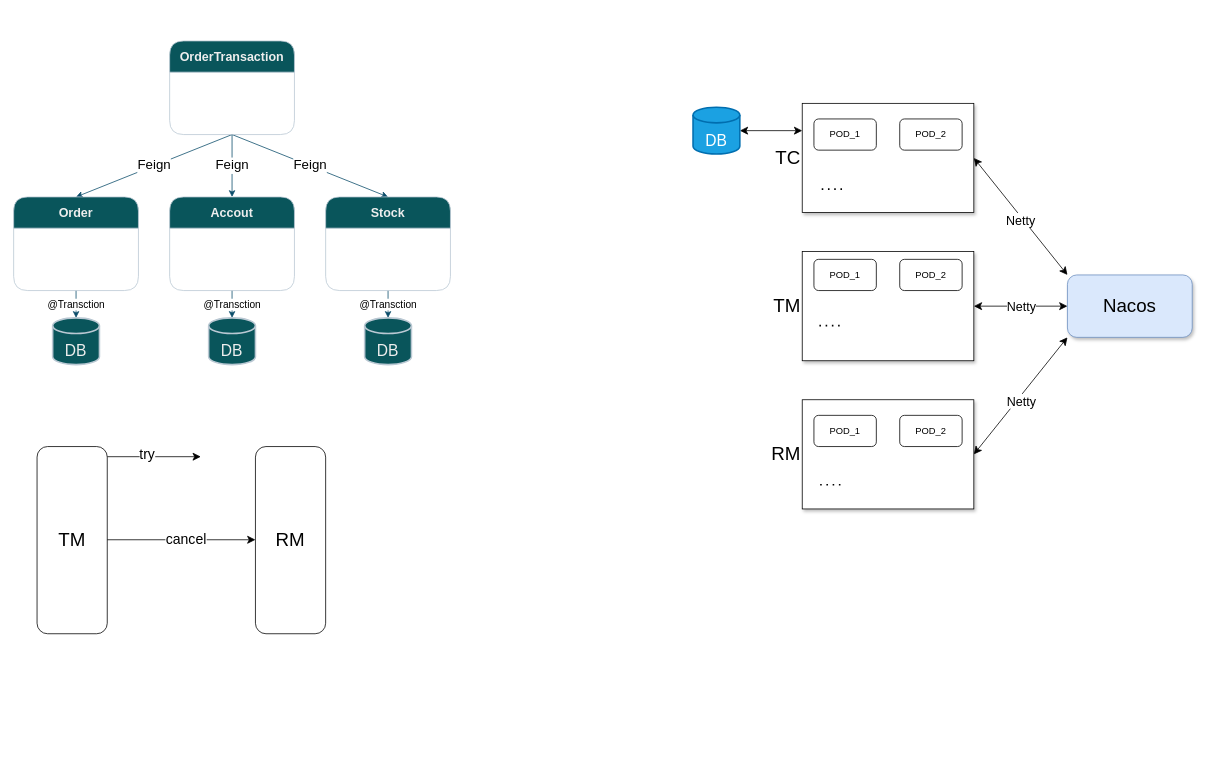
Earlier version of the draw.io diagram 分布式事务.drawio (Allen9797/WorkZone). Source tidied: cells renumbered, new cells numbered last; positions are measured from the earlier drawing's top-left corner, leaving out a move shared by most shapes. Both pictures are drawn from the tidied source at 78%, with x=0, y=0 at pixel (13, 41).
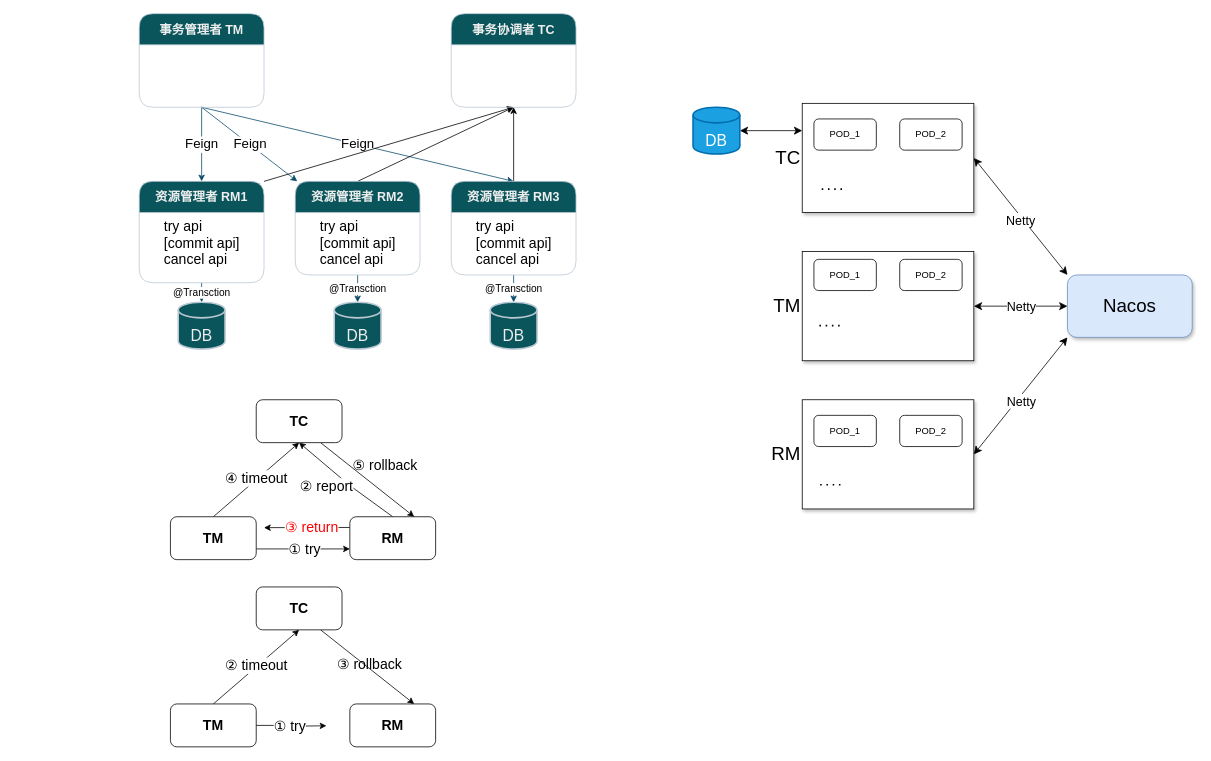
The same page after the edit.

Commit message:
更新分布式事务.drawio

Change to the diagram source:
```diff
@@
-    <mxCell id="2" value="Feign" style="edgeStyle=orthogonalEdgeStyle;rounded=0;jettySize=auto;html=1;exitX=0.5;exitY=1;exitDx=0;exitDy=0;strokeColor=#0B4D6A;fontSize=17;" parent="1" edge="1" source="5" target="7">
+    <mxCell id="2" value="Feign" style="rounded=0;jettySize=auto;html=1;exitX=0.5;exitY=1;exitDx=0;exitDy=0;strokeColor=#0B4D6A;fontSize=17;" parent="1" edge="1" source="5" target="7">
       <mxGeometry relative="1" as="geometry" />
     </mxCell>
@@
-    <mxCell id="5" value="OrderTransaction" style="swimlane;whiteSpace=wrap;html=1;startSize=40;rounded=1;labelBackgroundColor=none;fillColor=#09555B;strokeColor=#BAC8D3;fontColor=#EEEEEE;fontSize=16;" parent="1" vertex="1">
-      <mxGeometry x="200" width="160" height="120" as="geometry" />
+    <mxCell id="5" value="事务管理者 TM" style="swimlane;whiteSpace=wrap;html=1;startSize=40;rounded=1;labelBackgroundColor=none;fillColor=#09555B;strokeColor=#BAC8D3;fontColor=#EEEEEE;fontSize=16;" parent="1" vertex="1">
+      <mxGeometry x="161" y="-35" width="160" height="120" as="geometry" />
     </mxCell>
@@
+    <mxCell id="42" style="rounded=0;jettySize=auto;html=1;exitX=0.5;exitY=0;exitDx=0;exitDy=0;entryX=0.5;entryY=1;entryDx=0;entryDy=0;" parent="1" edge="1" source="7" target="69">
+      <mxGeometry relative="1" as="geometry" />
+    </mxCell>
-    <mxCell id="7" value="Accout" style="swimlane;whiteSpace=wrap;html=1;startSize=40;rounded=1;labelBackgroundColor=none;fillColor=#09555B;strokeColor=#BAC8D3;fontColor=#EEEEEE;fontSize=16;" parent="1" vertex="1">
-      <mxGeometry x="200" y="200" width="160" height="120" as="geometry" />
+    <mxCell id="7" value="资源管理者 RM2" style="swimlane;whiteSpace=wrap;html=1;startSize=40;rounded=1;labelBackgroundColor=none;fillColor=#09555B;strokeColor=#BAC8D3;fontColor=#EEEEEE;fontSize=16;" parent="1" vertex="1">
+      <mxGeometry x="361" y="180" width="160" height="120" as="geometry" />
     </mxCell>
+    <mxCell id="43" value="&lt;div style=&quot;text-align: left;&quot;&gt;&lt;span style=&quot;font-size: 18px; background-color: initial;&quot;&gt;try api&lt;/span&gt;&lt;/div&gt;&lt;font style=&quot;font-size: 18px;&quot;&gt;&lt;div style=&quot;text-align: left;&quot;&gt;&lt;span style=&quot;background-color: initial;&quot;&gt;[commit api]&lt;/span&gt;&lt;/div&gt;&lt;div style=&quot;text-align: left;&quot;&gt;&lt;span style=&quot;background-color: initial;&quot;&gt;cancel api&lt;/span&gt;&lt;/div&gt;&lt;/font&gt;" style="text;html=1;align=center;verticalAlign=middle;strokeColor=none;fillColor=none;" parent="7" vertex="1">
+      <mxGeometry x="20" y="40" width="120" height="80" as="geometry" />
+    </mxCell>
@@
+    <mxCell id="44" style="rounded=0;jettySize=auto;html=1;exitX=1;exitY=0;exitDx=0;exitDy=0;entryX=0.5;entryY=1;entryDx=0;entryDy=0;" parent="1" edge="1" source="9" target="69">
+      <mxGeometry relative="1" as="geometry" />
+    </mxCell>
-    <mxCell id="9" value="Order" style="swimlane;whiteSpace=wrap;html=1;startSize=40;rounded=1;labelBackgroundColor=none;fillColor=#09555B;strokeColor=#BAC8D3;fontColor=#EEEEEE;fontSize=16;" parent="1" vertex="1">
-      <mxGeometry y="200" width="160" height="120" as="geometry" />
+    <mxCell id="9" value="资源管理者 RM1" style="swimlane;whiteSpace=wrap;html=1;startSize=40;rounded=1;labelBackgroundColor=none;fillColor=#09555B;strokeColor=#BAC8D3;fontColor=#EEEEEE;fontSize=16;" parent="1" vertex="1">
+      <mxGeometry x="161" y="180" width="160" height="130" as="geometry" />
     </mxCell>
+    <mxCell id="45" value="&lt;div style=&quot;text-align: left;&quot;&gt;&lt;span style=&quot;font-size: 18px; background-color: initial;&quot;&gt;try api&lt;/span&gt;&lt;/div&gt;&lt;font style=&quot;font-size: 18px;&quot;&gt;&lt;div style=&quot;text-align: left;&quot;&gt;&lt;span style=&quot;background-color: initial;&quot;&gt;[commit api]&lt;/span&gt;&lt;/div&gt;&lt;div style=&quot;text-align: left;&quot;&gt;&lt;span style=&quot;background-color: initial;&quot;&gt;cancel api&lt;/span&gt;&lt;/div&gt;&lt;/font&gt;" style="text;html=1;align=center;verticalAlign=middle;strokeColor=none;fillColor=none;" parent="9" vertex="1">
+      <mxGeometry x="20" y="40" width="120" height="80" as="geometry" />
+    </mxCell>
@@
+    <mxCell id="46" style="edgeStyle=orthogonalEdgeStyle;rounded=0;jettySize=auto;html=1;exitX=0.5;exitY=0;exitDx=0;exitDy=0;entryX=0.5;entryY=1;entryDx=0;entryDy=0;" parent="1" edge="1" source="11" target="69">
+      <mxGeometry relative="1" as="geometry" />
+    </mxCell>
-    <mxCell id="11" value="Stock" style="swimlane;whiteSpace=wrap;html=1;startSize=40;rounded=1;labelBackgroundColor=none;fillColor=#09555B;strokeColor=#BAC8D3;fontColor=#EEEEEE;fontSize=16;" parent="1" vertex="1">
-      <mxGeometry x="400" y="200" width="160" height="120" as="geometry" />
+    <mxCell id="11" value="资源管理者 RM3" style="swimlane;whiteSpace=wrap;html=1;startSize=40;rounded=1;labelBackgroundColor=none;fillColor=#09555B;strokeColor=#BAC8D3;fontColor=#EEEEEE;fontSize=16;" parent="1" vertex="1">
+      <mxGeometry x="561" y="180" width="160" height="120" as="geometry" />
     </mxCell>
+    <mxCell id="47" value="&lt;div style=&quot;text-align: left;&quot;&gt;&lt;span style=&quot;font-size: 18px; background-color: initial;&quot;&gt;try api&lt;/span&gt;&lt;/div&gt;&lt;font style=&quot;font-size: 18px;&quot;&gt;&lt;div style=&quot;text-align: left;&quot;&gt;&lt;span style=&quot;background-color: initial;&quot;&gt;[commit api]&lt;/span&gt;&lt;/div&gt;&lt;div style=&quot;text-align: left;&quot;&gt;&lt;span style=&quot;background-color: initial;&quot;&gt;cancel api&lt;/span&gt;&lt;/div&gt;&lt;/font&gt;" style="text;html=1;align=center;verticalAlign=middle;strokeColor=none;fillColor=none;" parent="11" vertex="1">
+      <mxGeometry x="20" y="40" width="120" height="80" as="geometry" />
+    </mxCell>
     <mxCell id="12" value="&lt;br&gt;DB" style="strokeWidth=2;html=1;shape=mxgraph.flowchart.database;whiteSpace=wrap;strokeColor=#BAC8D3;fontColor=#EEEEEE;fillColor=#09555B;fontSize=20;" parent="1" vertex="1">
-      <mxGeometry x="50" y="355" width="60" height="60" as="geometry" />
+      <mxGeometry x="211" y="335" width="60" height="60" as="geometry" />
     </mxCell>
     <mxCell id="13" value="&lt;br&gt;DB" style="strokeWidth=2;html=1;shape=mxgraph.flowchart.database;whiteSpace=wrap;strokeColor=#BAC8D3;fontColor=#EEEEEE;fillColor=#09555B;fontSize=20;" parent="1" vertex="1">
-      <mxGeometry x="250" y="355" width="60" height="60" as="geometry" />
+      <mxGeometry x="411" y="335" width="60" height="60" as="geometry" />
     </mxCell>
     <mxCell id="14" value="&lt;br&gt;DB" style="strokeWidth=2;html=1;shape=mxgraph.flowchart.database;whiteSpace=wrap;strokeColor=#BAC8D3;fontColor=#EEEEEE;fillColor=#09555B;fontSize=20;" parent="1" vertex="1">
-      <mxGeometry x="450" y="355" width="60" height="60" as="geometry" />
+      <mxGeometry x="611" y="335" width="60" height="60" as="geometry" />
     </mxCell>
@@
-    <mxCell id="36" style="edgeStyle=none;shape=connector;rounded=0;orthogonalLoop=1;jettySize=auto;html=1;exitX=1;exitY=0;exitDx=0;exitDy=0;labelBackgroundColor=default;strokeColor=default;fontFamily=Helvetica;fontSize=11;fontColor=default;startArrow=none;startFill=0;endArrow=classic;startSize=8;endSize=8;" parent="1" edge="1">
-      <mxGeometry relative="1" as="geometry">
-        <mxPoint x="120" y="533" as="sourcePoint" />
-        <mxPoint x="240" y="533" as="targetPoint" />
-      </mxGeometry>
-    </mxCell>
-    <mxCell id="37" value="try" style="edgeLabel;html=1;align=center;verticalAlign=middle;fontSize=18;fontFamily=Helvetica;fontColor=default;" parent="36" vertex="1">
-      <mxGeometry x="0.8" y="1" relative="1" as="geometry">
-        <mxPoint x="-58" y="-2" as="offset" />
-      </mxGeometry>
-    </mxCell>
-    <mxCell id="38" value="TM" style="rounded=1;whiteSpace=wrap;html=1;fontSize=24;" parent="1" vertex="1">
-      <mxGeometry x="30" y="520" width="90" height="240" as="geometry" />
-    </mxCell>
-    <mxCell id="39" value="RM" style="rounded=1;whiteSpace=wrap;html=1;fontSize=24;" parent="1" vertex="1">
-      <mxGeometry x="310" y="520" width="90" height="240" as="geometry" />
-    </mxCell>
-    <mxCell id="40" style="edgeStyle=none;shape=connector;rounded=0;orthogonalLoop=1;jettySize=auto;html=1;exitX=1;exitY=0;exitDx=0;exitDy=0;entryX=0;entryY=0;entryDx=0;entryDy=0;labelBackgroundColor=default;strokeColor=default;fontFamily=Helvetica;fontSize=11;fontColor=default;startArrow=none;startFill=0;endArrow=classic;startSize=8;endSize=8;" parent="1" edge="1">
-      <mxGeometry relative="1" as="geometry">
-        <mxPoint x="120" y="639.5" as="sourcePoint" />
-        <mxPoint x="310" y="639.5" as="targetPoint" />
-      </mxGeometry>
-    </mxCell>
-    <mxCell id="41" value="cancel" style="edgeLabel;html=1;align=center;verticalAlign=middle;fontSize=18;fontFamily=Helvetica;fontColor=default;" parent="40" vertex="1">
-      <mxGeometry x="0.8" y="1" relative="1" as="geometry">
-        <mxPoint x="-71" as="offset" />
-      </mxGeometry>
-    </mxCell>
+    <mxCell id="48" style="edgeStyle=orthogonalEdgeStyle;rounded=0;jettySize=auto;html=1;exitX=1;exitY=0.75;exitDx=0;exitDy=0;entryX=0;entryY=0.75;entryDx=0;entryDy=0;" parent="1" edge="1" source="52" target="56">
+      <mxGeometry relative="1" as="geometry" />
+    </mxCell>
+    <mxCell id="49" value="&lt;font style=&quot;font-size: 18px;&quot;&gt;① try&lt;/font&gt;" style="edgeLabel;html=1;align=center;verticalAlign=middle;" parent="48" vertex="1">
+      <mxGeometry x="0.16" relative="1" as="geometry">
+        <mxPoint x="-9" as="offset" />
+      </mxGeometry>
+    </mxCell>
+    <mxCell id="50" style="rounded=0;jettySize=auto;html=1;exitX=0.5;exitY=0;exitDx=0;exitDy=0;entryX=0.5;entryY=1;entryDx=0;entryDy=0;" parent="1" edge="1" source="52" target="58">
+      <mxGeometry relative="1" as="geometry" />
+    </mxCell>
+    <mxCell id="51" value="&lt;font style=&quot;font-size: 18px;&quot;&gt;④ timeout&lt;/font&gt;" style="edgeLabel;html=1;align=center;verticalAlign=middle;" parent="50" vertex="1">
+      <mxGeometry x="0.28" y="1" relative="1" as="geometry">
+        <mxPoint x="-15" y="12" as="offset" />
+      </mxGeometry>
+    </mxCell>
+    <mxCell id="52" value="&lt;font style=&quot;font-size: 18px;&quot;&gt;&lt;b&gt;TM&lt;/b&gt;&lt;/font&gt;" style="rounded=1;whiteSpace=wrap;html=1;" parent="1" vertex="1">
+      <mxGeometry x="201" y="610" width="110" height="55" as="geometry" />
+    </mxCell>
+    <mxCell id="53" value="&lt;font color=&quot;#ff0000&quot; style=&quot;font-size: 18px;&quot;&gt;③ return&lt;/font&gt;" style="edgeStyle=orthogonalEdgeStyle;rounded=0;jettySize=auto;html=1;exitX=0;exitY=0.25;exitDx=0;exitDy=0;" parent="1" edge="1" source="56">
+      <mxGeometry x="-0.12" relative="1" as="geometry">
+        <mxPoint x="321" y="624" as="targetPoint" />
+      </mxGeometry>
+    </mxCell>
+    <mxCell id="54" style="rounded=0;jettySize=auto;html=1;exitX=0.5;exitY=0;exitDx=0;exitDy=0;entryX=0.5;entryY=1;entryDx=0;entryDy=0;" parent="1" edge="1" source="56" target="58">
+      <mxGeometry relative="1" as="geometry">
+        <Array as="points">
+          <mxPoint x="431" y="570" />
+        </Array>
+      </mxGeometry>
+    </mxCell>
+    <mxCell id="55" value="&lt;font style=&quot;font-size: 18px;&quot;&gt;② report&lt;/font&gt;" style="edgeLabel;html=1;align=center;verticalAlign=middle;" parent="54" vertex="1">
+      <mxGeometry x="0.08" relative="1" as="geometry">
+        <mxPoint x="-19" y="10" as="offset" />
+      </mxGeometry>
+    </mxCell>
+    <mxCell id="56" value="&lt;font style=&quot;font-size: 18px;&quot;&gt;&lt;b&gt;RM&lt;/b&gt;&lt;/font&gt;" style="rounded=1;whiteSpace=wrap;html=1;" parent="1" vertex="1">
+      <mxGeometry x="431" y="610" width="110" height="55" as="geometry" />
+    </mxCell>
+    <mxCell id="57" style="rounded=0;jettySize=auto;html=1;exitX=0.75;exitY=1;exitDx=0;exitDy=0;entryX=0.75;entryY=0;entryDx=0;entryDy=0;" parent="1" edge="1" source="58" target="56">
+      <mxGeometry relative="1" as="geometry" />
+    </mxCell>
+    <mxCell id="58" value="&lt;font style=&quot;font-size: 18px;&quot;&gt;&lt;b&gt;TC&lt;/b&gt;&lt;/font&gt;" style="rounded=1;whiteSpace=wrap;html=1;" parent="1" vertex="1">
+      <mxGeometry x="311" y="460" width="110" height="55" as="geometry" />
+    </mxCell>
+    <mxCell id="59" value="&lt;font style=&quot;font-size: 18px;&quot;&gt;⑤ rollback&lt;/font&gt;" style="text;html=1;align=center;verticalAlign=middle;strokeColor=none;fillColor=none;" parent="1" vertex="1">
+      <mxGeometry x="421" y="525" width="110" height="40" as="geometry" />
+    </mxCell>
+    <mxCell id="60" style="edgeStyle=orthogonalEdgeStyle;rounded=0;jettySize=auto;html=1;exitX=1;exitY=0.5;exitDx=0;exitDy=0;" parent="1" edge="1" source="64">
+      <mxGeometry relative="1" as="geometry">
+        <mxPoint x="401" y="878" as="targetPoint" />
+      </mxGeometry>
+    </mxCell>
+    <mxCell id="61" value="&lt;font style=&quot;font-size: 18px;&quot;&gt;① try&lt;/font&gt;" style="edgeLabel;html=1;align=center;verticalAlign=middle;" parent="60" vertex="1">
+      <mxGeometry x="0.16" relative="1" as="geometry">
+        <mxPoint x="-9" as="offset" />
+      </mxGeometry>
+    </mxCell>
+    <mxCell id="62" style="rounded=0;jettySize=auto;html=1;exitX=0.5;exitY=0;exitDx=0;exitDy=0;entryX=0.5;entryY=1;entryDx=0;entryDy=0;" parent="1" edge="1" source="64" target="67">
+      <mxGeometry relative="1" as="geometry" />
+    </mxCell>
+    <mxCell id="63" value="&lt;font style=&quot;font-size: 18px;&quot;&gt;② timeout&lt;/font&gt;" style="edgeLabel;html=1;align=center;verticalAlign=middle;" parent="62" vertex="1">
+      <mxGeometry x="0.28" y="1" relative="1" as="geometry">
+        <mxPoint x="-15" y="12" as="offset" />
+      </mxGeometry>
+    </mxCell>
+    <mxCell id="64" value="&lt;font style=&quot;font-size: 18px;&quot;&gt;&lt;b&gt;TM&lt;/b&gt;&lt;/font&gt;" style="rounded=1;whiteSpace=wrap;html=1;" parent="1" vertex="1">
+      <mxGeometry x="201" y="850" width="110" height="55" as="geometry" />
+    </mxCell>
+    <mxCell id="65" value="&lt;font style=&quot;font-size: 18px;&quot;&gt;&lt;b&gt;RM&lt;/b&gt;&lt;/font&gt;" style="rounded=1;whiteSpace=wrap;html=1;" parent="1" vertex="1">
+      <mxGeometry x="431" y="850" width="110" height="55" as="geometry" />
+    </mxCell>
+    <mxCell id="66" style="rounded=0;jettySize=auto;html=1;exitX=0.75;exitY=1;exitDx=0;exitDy=0;entryX=0.75;entryY=0;entryDx=0;entryDy=0;" parent="1" edge="1" source="67" target="65">
+      <mxGeometry relative="1" as="geometry" />
+    </mxCell>
+    <mxCell id="67" value="&lt;font style=&quot;font-size: 18px;&quot;&gt;&lt;b&gt;TC&lt;/b&gt;&lt;/font&gt;" style="rounded=1;whiteSpace=wrap;html=1;" parent="1" vertex="1">
+      <mxGeometry x="311" y="700" width="110" height="55" as="geometry" />
+    </mxCell>
+    <mxCell id="68" value="&lt;font style=&quot;font-size: 18px;&quot;&gt;③ rollback&lt;/font&gt;" style="text;html=1;align=center;verticalAlign=middle;strokeColor=none;fillColor=none;" parent="1" vertex="1">
+      <mxGeometry x="401" y="780" width="110" height="40" as="geometry" />
+    </mxCell>
+    <mxCell id="69" value="事务协调者 TC" style="swimlane;whiteSpace=wrap;html=1;startSize=40;rounded=1;labelBackgroundColor=none;fillColor=#09555B;strokeColor=#BAC8D3;fontColor=#EEEEEE;fontSize=16;" parent="1" vertex="1">
+      <mxGeometry x="561" y="-35" width="160" height="120" as="geometry" />
+    </mxCell>
```
